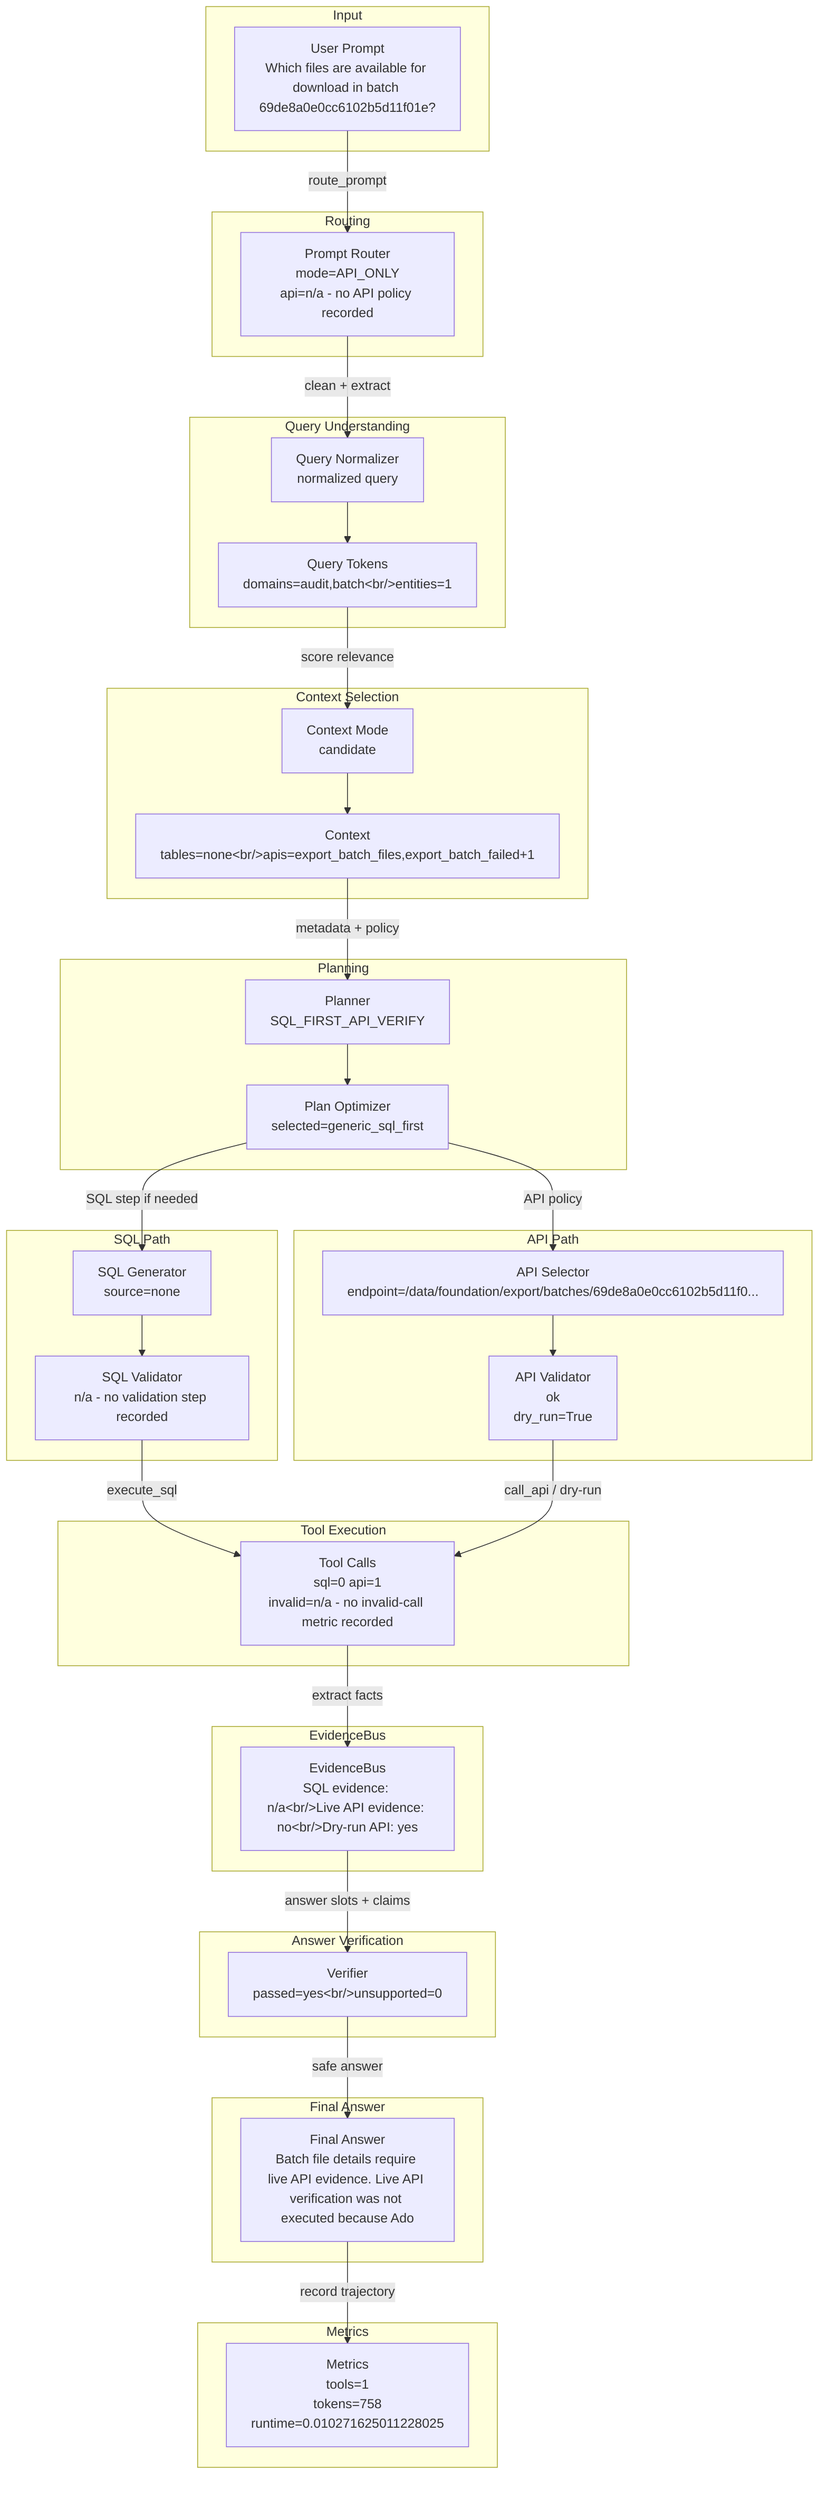
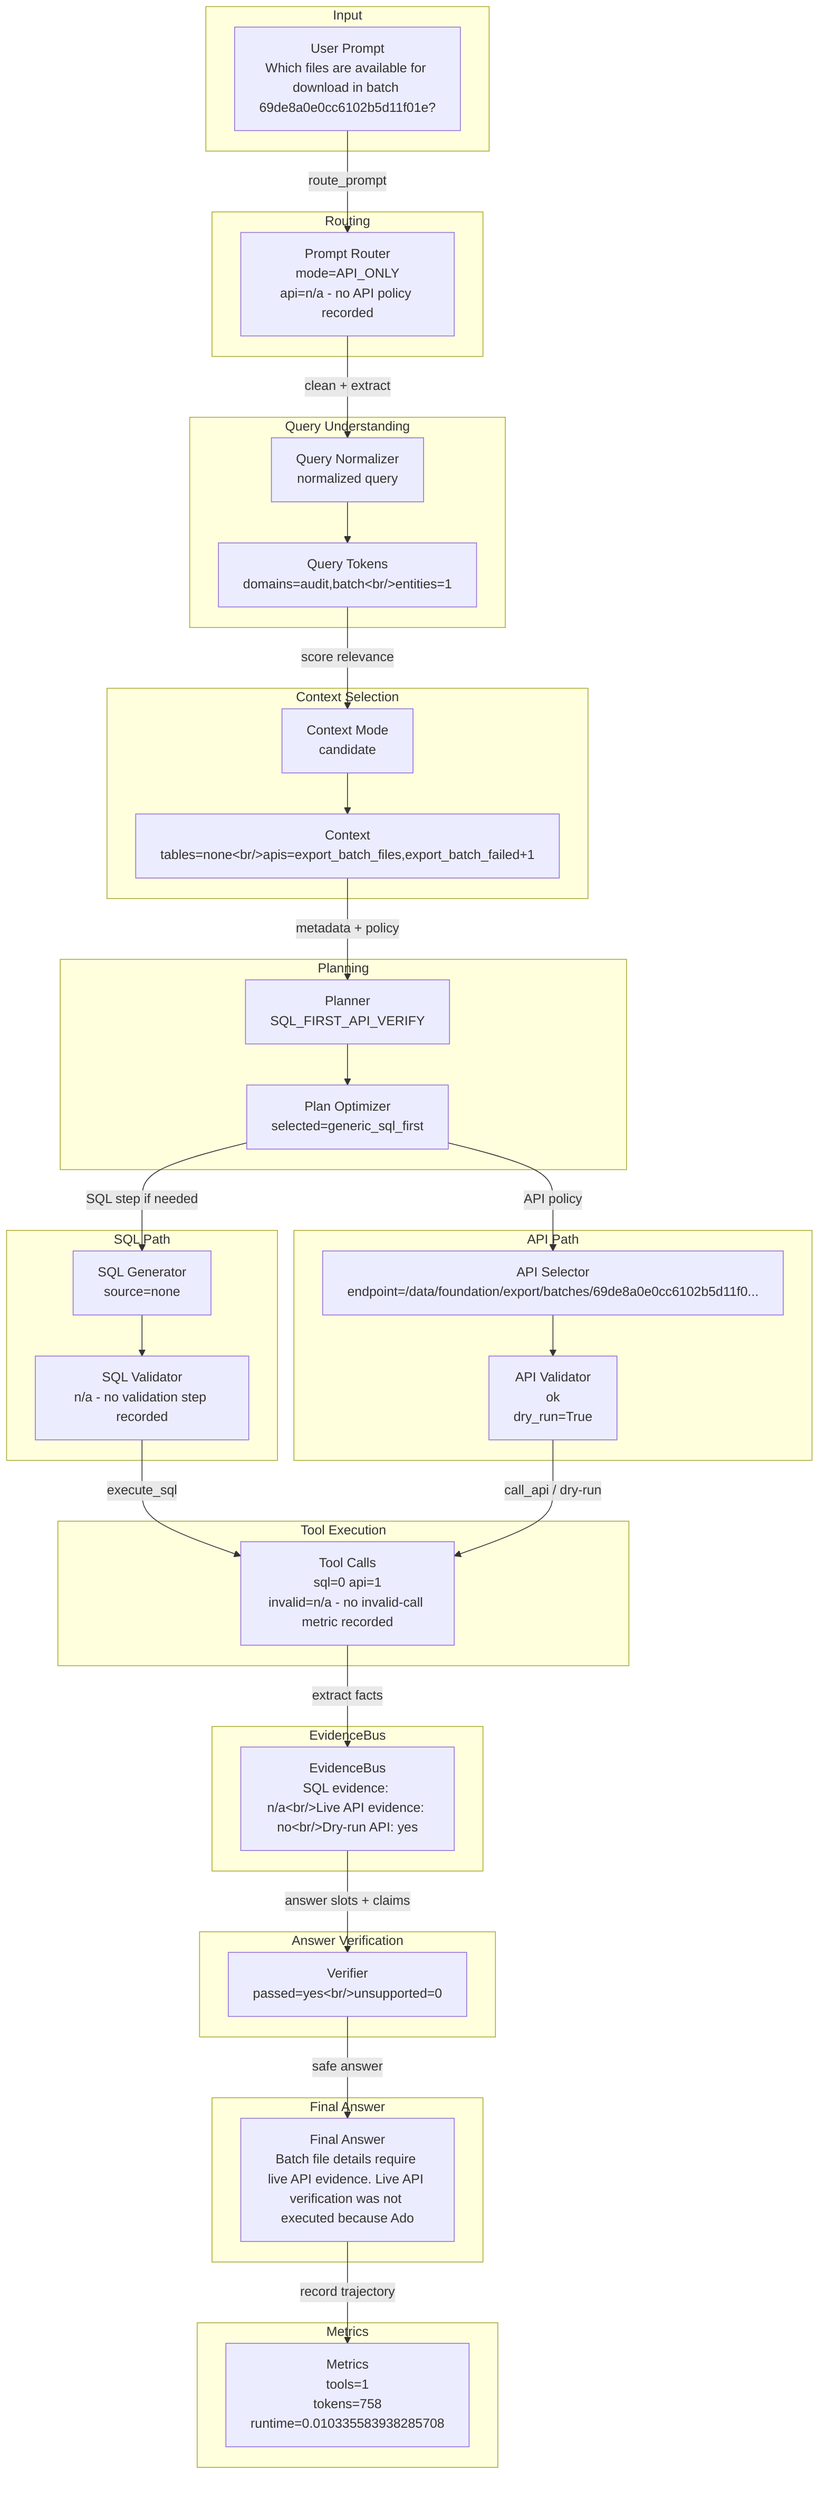
flowchart TD
  subgraph Input
    input_prompt["User Prompt<br/>Which files are available for download in batch 69de8a0e0cc6102b5d11f01e?"]
  end
  subgraph Routing
    router["Prompt Router<br/>mode=API_ONLY<br/>api=n/a - no API policy recorded"]
    input_prompt -->|route_prompt| router
  end
  subgraph QueryUnderstanding["Query Understanding"]
    normalizer["Query Normalizer<br/>normalized query"]
    tokens["Query Tokens<br/>domains=audit,batch&lt;br/&gt;entities=1"]
    router -->|clean + extract| normalizer --> tokens
  end
  subgraph ContextSelection["Context Selection"]
    context["Context Mode<br/>candidate"]
    candidates["Context<br/>tables=none&lt;br/&gt;apis=export_batch_files,export_batch_failed+1"]
    tokens -->|score relevance| context --> candidates
  end
  subgraph Planning
    planner["Planner<br/>SQL_FIRST_API_VERIFY"]
    optimizer["Plan Optimizer<br/>selected=generic_sql_first"]
    candidates -->|metadata + policy| planner --> optimizer
  end
  subgraph SQLPath["SQL Path"]
    sqlgen["SQL Generator<br/>source=none"]
    sqlval["SQL Validator<br/>n/a - no validation step recorded"]
    optimizer -->|SQL step if needed| sqlgen --> sqlval
  end
  subgraph APIPath["API Path"]
    apisel["API Selector<br/>endpoint=/data/foundation/export/batches/69de8a0e0cc6102b5d11f0..."]
    apival["API Validator<br/>ok<br/>dry_run=True"]
    optimizer -->|API policy| apisel --> apival
  end
  subgraph ToolExecution["Tool Execution"]
    tools["Tool Calls<br/>sql=0 api=1<br/>invalid=n/a - no invalid-call metric recorded"]
    sqlval -->|execute_sql| tools
    apival -->|call_api / dry-run| tools
  end
  subgraph EvidenceBus
    evidence["EvidenceBus<br/>SQL evidence: n/a&lt;br/&gt;Live API evidence: no&lt;br/&gt;Dry-run API: yes"]
    tools -->|extract facts| evidence
  end
  subgraph AnswerVerification["Answer Verification"]
    verifier["Verifier<br/>passed=yes&lt;br/&gt;unsupported=0"]
    evidence -->|answer slots + claims| verifier
  end
  subgraph FinalAnswer["Final Answer"]
    answer["Final Answer<br/>Batch file details require live API evidence. Live API verification was not executed because Ado"]
    verifier -->|safe answer| answer
  end
  subgraph Metrics
-     metrics["Metrics<br/>tools=1<br/>tokens=758<br/>runtime=0.010271625011228025"]
+     metrics["Metrics<br/>tools=1<br/>tokens=758<br/>runtime=0.010335583938285708"]
    answer -->|record trajectory| metrics
  end
